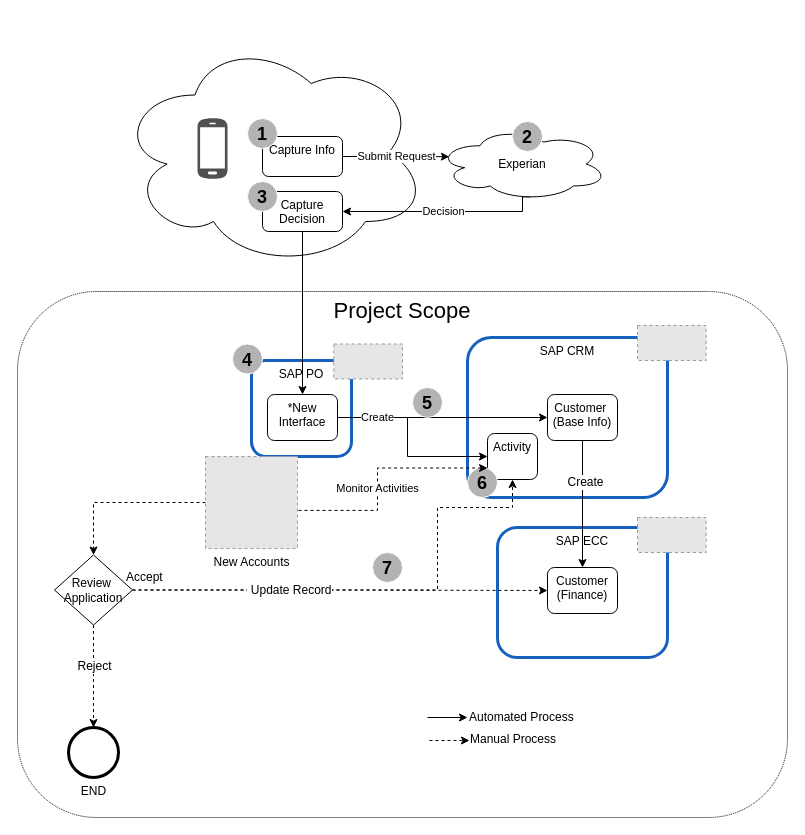
Above: page "Reject/Refer" (2 of 2) of Account Application.drawio in mrf742002/Diagrams (draw.io), before the change. Source tidied: cells renumbered, new cells numbered last; positions are measured from the earlier drawing's top-left corner, leaving out a move shared by most shapes. Both pictures are drawn from the tidied source at 100%, with x=0, y=0 at pixel (17, 37). Pictures stored in the file or linked from it are replaced by grey dashed boxes.
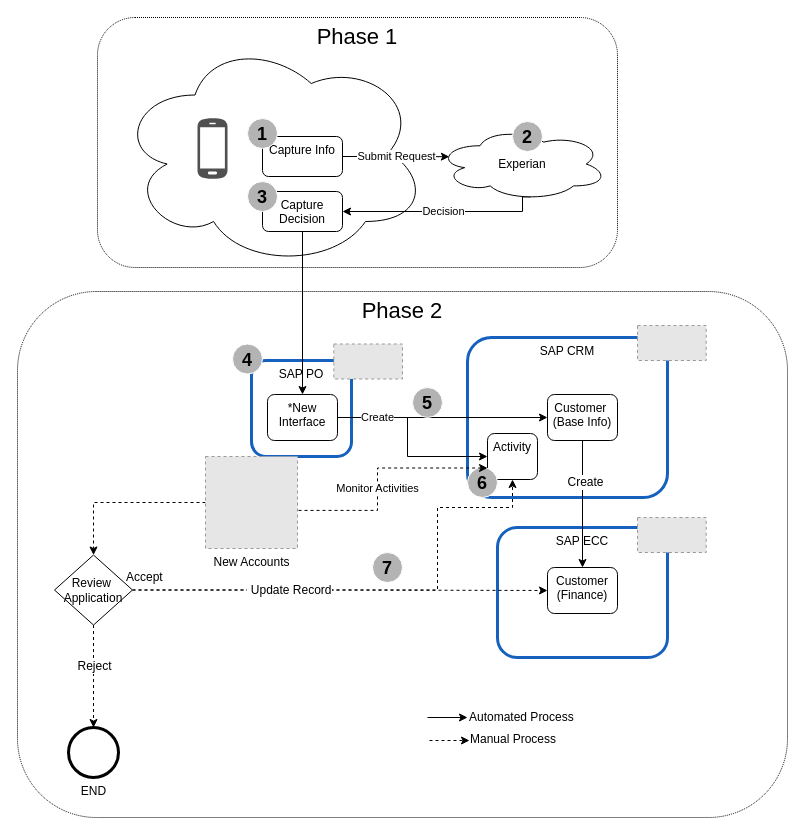
The same page after the edit.

Diff of the diagram source:
```diff
@@
+    <mxCell id="48" value="&lt;font style=&quot;font-size: 22px&quot;&gt;Phase 1&lt;/font&gt;" style="rounded=1;whiteSpace=wrap;html=1;verticalAlign=top;dashed=1;dashPattern=1 1;" parent="1" vertex="1">
+      <mxGeometry x="80" y="-20" width="520" height="250" as="geometry" />
+    </mxCell>
-    <mxCell id="2" value="&lt;font style=&quot;font-size: 22px&quot;&gt;Project Scope&lt;/font&gt;" style="rounded=1;whiteSpace=wrap;html=1;verticalAlign=top;dashed=1;dashPattern=1 1;" parent="1" vertex="1">
+    <mxCell id="2" value="&lt;font style=&quot;font-size: 22px&quot;&gt;Phase 2&lt;/font&gt;" style="rounded=1;whiteSpace=wrap;html=1;verticalAlign=top;dashed=1;dashPattern=1 1;" parent="1" vertex="1">
       <mxGeometry y="254" width="770" height="526" as="geometry" />
     </mxCell>
```
